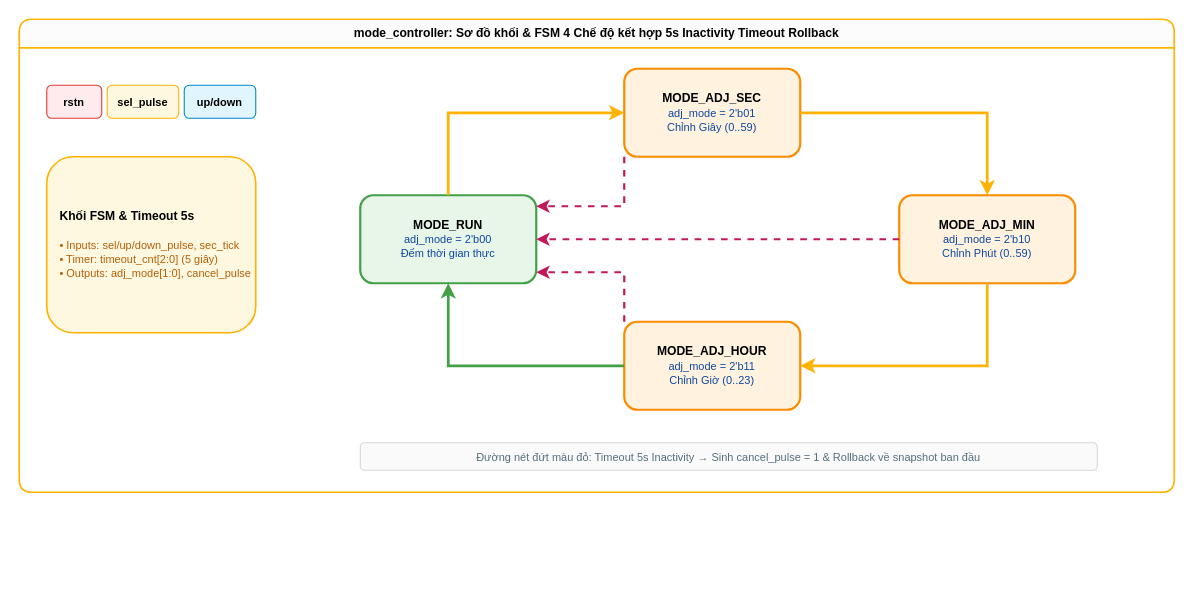
ngobinh1/Digital_Clock keeps this draw.io diagram as docs/diag_3_3_mode_controller.drawio. Above is the earlier version. Source tidied: cells renumbered, new cells numbered last; positions are measured from the earlier drawing's top-left corner, leaving out a move shared by most shapes. Both pictures are drawn from the tidied source at 110%, with x=0, y=0 at pixel (19, 19).
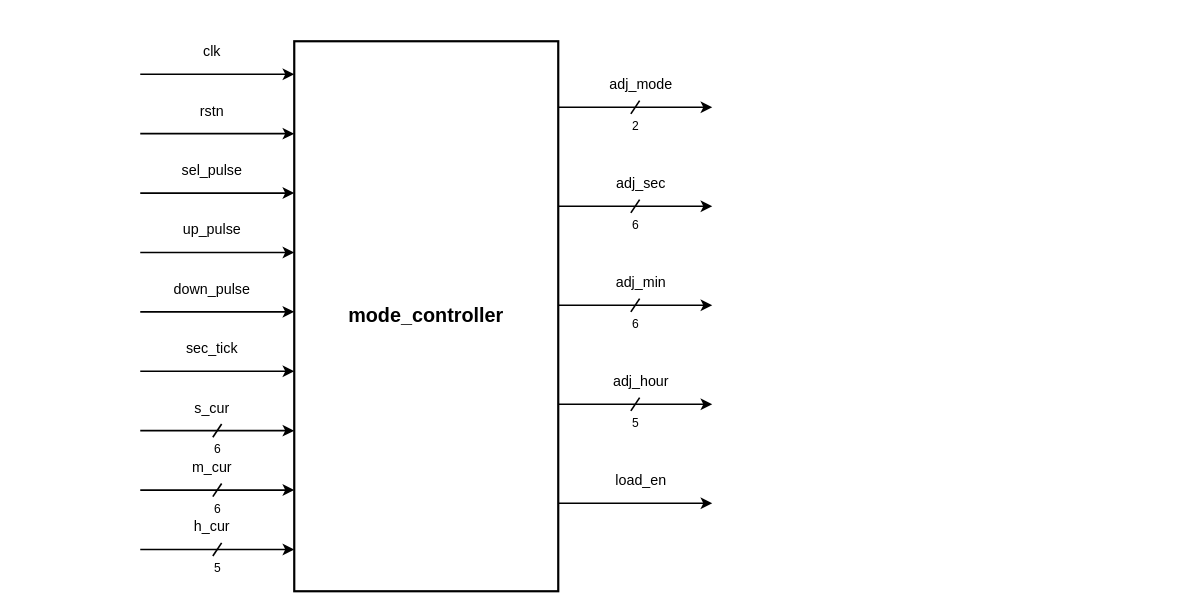
After the change.

What changed in the source:
```diff
@@
-    <mxCell id="2" value="&lt;b&gt;mode_controller: Sơ đồ khối &amp;amp; FSM 4 Chế độ kết hợp 5s Inactivity Timeout Rollback&lt;/b&gt;" style="swimlane;whiteSpace=wrap;html=1;fillColor=#fcfcfc;strokeColor=#ffb300;strokeWidth=1.5;startSize=26;fontFamily=Helvetica;fontSize=11;rounded=1;" parent="1" vertex="1">
-      <mxGeometry width="1050" height="430" as="geometry" />
-    </mxCell>
-    <mxCell id="3" value="&lt;b&gt;Khối FSM &amp;amp; Timeout 5s&lt;/b&gt;&lt;br&gt;&lt;br&gt;&lt;font color='#b45f06' style='font-size:10px;'&gt;• Inputs: sel/up/down_pulse, sec_tick&lt;br&gt;• Timer: timeout_cnt[2:0] (5 giây)&lt;br&gt;• Outputs: adj_mode[1:0], cancel_pulse&lt;/font&gt;" style="rounded=1;whiteSpace=wrap;html=1;fillColor=#fff8e1;strokeColor=#ffb300;strokeWidth=1.5;align=left;spacingLeft=10;fontSize=11;" parent="2" vertex="1">
-      <mxGeometry x="25" y="125" width="190" height="160" as="geometry" />
-    </mxCell>
+    <mxCell id="19" value="mode_controller" style="rounded=0;whiteSpace=wrap;html=1;fillColor=#ffffff;strokeColor=#000000;strokeWidth=2;fontFamily=Helvetica;fontSize=18;fontStyle=1;fontColor=#000000;align=center;verticalAlign=middle;" parent="1" vertex="1">
+      <mxGeometry x="250" y="20" width="240" height="500" as="geometry" />
+    </mxCell>
+    <mxCell id="20" value="clk" style="text;html=1;align=center;verticalAlign=bottom;fontSize=13;fontFamily=Helvetica;fontColor=#000000;" parent="1" vertex="1">
+      <mxGeometry x="110" y="20" width="130" height="20" as="geometry" />
+    </mxCell>
+    <mxCell id="21" style="edgeStyle=orthogonalEdgeStyle;rounded=0;orthogonalLoop=1;jettySize=auto;html=1;strokeColor=#000000;strokeWidth=1.5;endArrow=classic;endFill=1;" parent="1" edge="1">
+      <mxGeometry relative="1" as="geometry">
+        <mxPoint x="110" y="50" as="sourcePoint" />
+        <mxPoint x="250" y="50" as="targetPoint" />
+      </mxGeometry>
+    </mxCell>
-    <mxCell id="4" value="&lt;b&gt;rstn&lt;/b&gt;" style="rounded=1;whiteSpace=wrap;html=1;fillColor=#ffebee;strokeColor=#e53935;fontSize=10;" parent="2" vertex="1">
-      <mxGeometry x="25" y="60" width="50" height="30" as="geometry" />
+    <mxCell id="4" value="rstn" style="text;html=1;align=center;verticalAlign=bottom;fontSize=13;fontFamily=Helvetica;fontColor=#000000;" parent="1" vertex="1">
+      <mxGeometry x="110" y="74" width="130" height="20" as="geometry" />
     </mxCell>
+    <mxCell id="22" style="edgeStyle=orthogonalEdgeStyle;rounded=0;orthogonalLoop=1;jettySize=auto;html=1;strokeColor=#000000;strokeWidth=1.5;endArrow=classic;endFill=1;" parent="1" edge="1">
+      <mxGeometry relative="1" as="geometry">
+        <mxPoint x="110" y="104" as="sourcePoint" />
+        <mxPoint x="250" y="104" as="targetPoint" />
+      </mxGeometry>
+    </mxCell>
-    <mxCell id="5" value="&lt;b&gt;sel_pulse&lt;/b&gt;" style="rounded=1;whiteSpace=wrap;html=1;fillColor=#fff8e1;strokeColor=#ffb300;fontSize=10;" parent="2" vertex="1">
-      <mxGeometry x="80" y="60" width="65" height="30" as="geometry" />
+    <mxCell id="5" value="sel_pulse" style="text;html=1;align=center;verticalAlign=bottom;fontSize=13;fontFamily=Helvetica;fontColor=#000000;" parent="1" vertex="1">
+      <mxGeometry x="110" y="128" width="130" height="20" as="geometry" />
     </mxCell>
-    <mxCell id="6" value="&lt;b&gt;up/down&lt;/b&gt;" style="rounded=1;whiteSpace=wrap;html=1;fillColor=#e1f5fe;strokeColor=#0288d1;fontSize=10;" parent="2" vertex="1">
-      <mxGeometry x="150" y="60" width="65" height="30" as="geometry" />
-    </mxCell>
-    <mxCell id="7" value="&lt;b&gt;MODE_RUN&lt;/b&gt;&lt;br&gt;&lt;font color='#0d47a1' style='font-size:10px;'&gt;adj_mode = 2'b00&lt;br&gt;Đếm thời gian thực&lt;/font&gt;" style="rounded=1;whiteSpace=wrap;html=1;fillColor=#e8f5e9;strokeColor=#43a047;strokeWidth=2;fontSize=11;" parent="2" vertex="1">
-      <mxGeometry x="310" y="160" width="160" height="80" as="geometry" />
-    </mxCell>
-    <mxCell id="8" value="&lt;b&gt;MODE_ADJ_SEC&lt;/b&gt;&lt;br&gt;&lt;font color='#0d47a1' style='font-size:10px;'&gt;adj_mode = 2'b01&lt;br&gt;Chỉnh Giây (0..59)&lt;/font&gt;" style="rounded=1;whiteSpace=wrap;html=1;fillColor=#fff3e0;strokeColor=#fb8c00;strokeWidth=2;fontSize=11;" parent="2" vertex="1">
-      <mxGeometry x="550" y="45" width="160" height="80" as="geometry" />
-    </mxCell>
-    <mxCell id="9" value="&lt;b&gt;MODE_ADJ_MIN&lt;/b&gt;&lt;br&gt;&lt;font color='#0d47a1' style='font-size:10px;'&gt;adj_mode = 2'b10&lt;br&gt;Chỉnh Phút (0..59)&lt;/font&gt;" style="rounded=1;whiteSpace=wrap;html=1;fillColor=#fff3e0;strokeColor=#fb8c00;strokeWidth=2;fontSize=11;" parent="2" vertex="1">
-      <mxGeometry x="800" y="160" width="160" height="80" as="geometry" />
-    </mxCell>
-    <mxCell id="10" value="&lt;b&gt;MODE_ADJ_HOUR&lt;/b&gt;&lt;br&gt;&lt;font color='#0d47a1' style='font-size:10px;'&gt;adj_mode = 2'b11&lt;br&gt;Chỉnh Giờ (0..23)&lt;/font&gt;" style="rounded=1;whiteSpace=wrap;html=1;fillColor=#fff3e0;strokeColor=#fb8c00;strokeWidth=2;fontSize=11;" parent="2" vertex="1">
-      <mxGeometry x="550" y="275" width="160" height="80" as="geometry" />
-    </mxCell>
-    <mxCell id="11" style="edgeStyle=orthogonalEdgeStyle;rounded=0;html=1;strokeColor=#ffb300;strokeWidth=2.5;" parent="2" edge="1" source="7" target="8">
-      <mxGeometry relative="1" as="geometry">
-        <Array as="points">
-          <mxPoint x="390" y="85" />
-        </Array>
-      </mxGeometry>
-    </mxCell>
-    <mxCell id="12" style="edgeStyle=orthogonalEdgeStyle;rounded=0;html=1;strokeColor=#ffb300;strokeWidth=2.5;" parent="2" edge="1" source="8" target="9">
-      <mxGeometry relative="1" as="geometry">
-        <Array as="points">
-          <mxPoint x="880" y="85" />
-        </Array>
-      </mxGeometry>
-    </mxCell>
-    <mxCell id="13" style="edgeStyle=orthogonalEdgeStyle;rounded=0;html=1;strokeColor=#ffb300;strokeWidth=2.5;" parent="2" edge="1" source="9" target="10">
-      <mxGeometry relative="1" as="geometry">
-        <Array as="points">
-          <mxPoint x="880" y="315" />
-        </Array>
-      </mxGeometry>
-    </mxCell>
-    <mxCell id="14" style="edgeStyle=orthogonalEdgeStyle;rounded=0;html=1;strokeColor=#43a047;strokeWidth=2.5;" parent="2" edge="1" source="10" target="7">
-      <mxGeometry relative="1" as="geometry">
-        <Array as="points">
-          <mxPoint x="390" y="315" />
-        </Array>
-      </mxGeometry>
-    </mxCell>
-    <mxCell id="15" style="edgeStyle=orthogonalEdgeStyle;rounded=0;html=1;strokeColor=#c2185b;strokeWidth=2;dashed=1;" parent="2" edge="1" source="8" target="7">
-      <mxGeometry relative="1" as="geometry">
-        <Array as="points">
-          <mxPoint x="550" y="170" />
-          <mxPoint x="470" y="170" />
-        </Array>
-      </mxGeometry>
-    </mxCell>
-    <mxCell id="16" style="edgeStyle=orthogonalEdgeStyle;rounded=0;html=1;strokeColor=#c2185b;strokeWidth=2;dashed=1;" parent="2" edge="1" source="9" target="7">
-      <mxGeometry relative="1" as="geometry">
-        <Array as="points">
-          <mxPoint x="800" y="200" />
-          <mxPoint x="470" y="200" />
-        </Array>
-      </mxGeometry>
-    </mxCell>
-    <mxCell id="17" style="edgeStyle=orthogonalEdgeStyle;rounded=0;html=1;strokeColor=#c2185b;strokeWidth=2;dashed=1;" parent="2" edge="1" source="10" target="7">
-      <mxGeometry relative="1" as="geometry">
-        <Array as="points">
-          <mxPoint x="550" y="230" />
-          <mxPoint x="470" y="230" />
-        </Array>
-      </mxGeometry>
-    </mxCell>
-    <mxCell id="18" value="Đường nét đứt màu đỏ: Timeout 5s Inactivity → Sinh cancel_pulse = 1 &amp;amp; Rollback về snapshot ban đầu" style="rounded=1;whiteSpace=wrap;html=1;fillColor=#fafafa;strokeColor=#cfd8dc;fontColor=#546e7a;fontSize=10;" parent="2" vertex="1">
-      <mxGeometry x="310" y="385" width="670" height="25" as="geometry" />
-    </mxCell>
+    <mxCell id="23" style="edgeStyle=orthogonalEdgeStyle;rounded=0;orthogonalLoop=1;jettySize=auto;html=1;strokeColor=#000000;strokeWidth=1.5;endArrow=classic;endFill=1;" parent="1" edge="1">
+      <mxGeometry relative="1" as="geometry">
+        <mxPoint x="110" y="158" as="sourcePoint" />
+        <mxPoint x="250" y="158" as="targetPoint" />
+      </mxGeometry>
+    </mxCell>
+    <mxCell id="24" value="up_pulse" style="text;html=1;align=center;verticalAlign=bottom;fontSize=13;fontFamily=Helvetica;fontColor=#000000;" parent="1" vertex="1">
+      <mxGeometry x="110" y="182" width="130" height="20" as="geometry" />
+    </mxCell>
+    <mxCell id="25" style="edgeStyle=orthogonalEdgeStyle;rounded=0;orthogonalLoop=1;jettySize=auto;html=1;strokeColor=#000000;strokeWidth=1.5;endArrow=classic;endFill=1;" parent="1" edge="1">
+      <mxGeometry relative="1" as="geometry">
+        <mxPoint x="110" y="212" as="sourcePoint" />
+        <mxPoint x="250" y="212" as="targetPoint" />
+      </mxGeometry>
+    </mxCell>
+    <mxCell id="26" value="down_pulse" style="text;html=1;align=center;verticalAlign=bottom;fontSize=13;fontFamily=Helvetica;fontColor=#000000;" parent="1" vertex="1">
+      <mxGeometry x="110" y="236" width="130" height="20" as="geometry" />
+    </mxCell>
+    <mxCell id="27" style="edgeStyle=orthogonalEdgeStyle;rounded=0;orthogonalLoop=1;jettySize=auto;html=1;strokeColor=#000000;strokeWidth=1.5;endArrow=classic;endFill=1;" parent="1" edge="1">
+      <mxGeometry relative="1" as="geometry">
+        <mxPoint x="110" y="266" as="sourcePoint" />
+        <mxPoint x="250" y="266" as="targetPoint" />
+      </mxGeometry>
+    </mxCell>
+    <mxCell id="28" value="sec_tick" style="text;html=1;align=center;verticalAlign=bottom;fontSize=13;fontFamily=Helvetica;fontColor=#000000;" parent="1" vertex="1">
+      <mxGeometry x="110" y="290" width="130" height="20" as="geometry" />
+    </mxCell>
+    <mxCell id="29" style="edgeStyle=orthogonalEdgeStyle;rounded=0;orthogonalLoop=1;jettySize=auto;html=1;strokeColor=#000000;strokeWidth=1.5;endArrow=classic;endFill=1;" parent="1" edge="1">
+      <mxGeometry relative="1" as="geometry">
+        <mxPoint x="110" y="320" as="sourcePoint" />
+        <mxPoint x="250" y="320" as="targetPoint" />
+      </mxGeometry>
+    </mxCell>
+    <mxCell id="30" value="s_cur" style="text;html=1;align=center;verticalAlign=bottom;fontSize=13;fontFamily=Helvetica;fontColor=#000000;" parent="1" vertex="1">
+      <mxGeometry x="110" y="344" width="130" height="20" as="geometry" />
+    </mxCell>
+    <mxCell id="31" style="edgeStyle=orthogonalEdgeStyle;rounded=0;orthogonalLoop=1;jettySize=auto;html=1;strokeColor=#000000;strokeWidth=1.5;endArrow=classic;endFill=1;" parent="1" edge="1">
+      <mxGeometry relative="1" as="geometry">
+        <mxPoint x="110" y="374" as="sourcePoint" />
+        <mxPoint x="250" y="374" as="targetPoint" />
+      </mxGeometry>
+    </mxCell>
+    <mxCell id="32" style="endArrow=none;html=1;strokeColor=#000000;strokeWidth=1.5;" parent="1" edge="1">
+      <mxGeometry relative="1" as="geometry">
+        <mxPoint x="176" y="380" as="sourcePoint" />
+        <mxPoint x="184" y="368" as="targetPoint" />
+      </mxGeometry>
+    </mxCell>
+    <mxCell id="33" value="6" style="text;html=1;align=center;verticalAlign=top;fontSize=11;fontFamily=Helvetica;fontColor=#000000;" parent="1" vertex="1">
+      <mxGeometry x="170" y="378" width="20" height="16" as="geometry" />
+    </mxCell>
+    <mxCell id="34" value="m_cur" style="text;html=1;align=center;verticalAlign=bottom;fontSize=13;fontFamily=Helvetica;fontColor=#000000;" parent="1" vertex="1">
+      <mxGeometry x="110" y="398" width="130" height="20" as="geometry" />
+    </mxCell>
+    <mxCell id="35" style="edgeStyle=orthogonalEdgeStyle;rounded=0;orthogonalLoop=1;jettySize=auto;html=1;strokeColor=#000000;strokeWidth=1.5;endArrow=classic;endFill=1;" parent="1" edge="1">
+      <mxGeometry relative="1" as="geometry">
+        <mxPoint x="110" y="428" as="sourcePoint" />
+        <mxPoint x="250" y="428" as="targetPoint" />
+      </mxGeometry>
+    </mxCell>
+    <mxCell id="36" style="endArrow=none;html=1;strokeColor=#000000;strokeWidth=1.5;" parent="1" edge="1">
+      <mxGeometry relative="1" as="geometry">
+        <mxPoint x="176" y="434" as="sourcePoint" />
+        <mxPoint x="184" y="422" as="targetPoint" />
+      </mxGeometry>
+    </mxCell>
+    <mxCell id="37" value="6" style="text;html=1;align=center;verticalAlign=top;fontSize=11;fontFamily=Helvetica;fontColor=#000000;" parent="1" vertex="1">
+      <mxGeometry x="170" y="432" width="20" height="16" as="geometry" />
+    </mxCell>
+    <mxCell id="38" value="h_cur" style="text;html=1;align=center;verticalAlign=bottom;fontSize=13;fontFamily=Helvetica;fontColor=#000000;" parent="1" vertex="1">
+      <mxGeometry x="110" y="452" width="130" height="20" as="geometry" />
+    </mxCell>
+    <mxCell id="39" style="edgeStyle=orthogonalEdgeStyle;rounded=0;orthogonalLoop=1;jettySize=auto;html=1;strokeColor=#000000;strokeWidth=1.5;endArrow=classic;endFill=1;" parent="1" edge="1">
+      <mxGeometry relative="1" as="geometry">
+        <mxPoint x="110" y="482" as="sourcePoint" />
+        <mxPoint x="250" y="482" as="targetPoint" />
+      </mxGeometry>
+    </mxCell>
+    <mxCell id="40" style="endArrow=none;html=1;strokeColor=#000000;strokeWidth=1.5;" parent="1" edge="1">
+      <mxGeometry relative="1" as="geometry">
+        <mxPoint x="176" y="488" as="sourcePoint" />
+        <mxPoint x="184" y="476" as="targetPoint" />
+      </mxGeometry>
+    </mxCell>
+    <mxCell id="41" value="5" style="text;html=1;align=center;verticalAlign=top;fontSize=11;fontFamily=Helvetica;fontColor=#000000;" parent="1" vertex="1">
+      <mxGeometry x="170" y="486" width="20" height="16" as="geometry" />
+    </mxCell>
+    <mxCell id="42" value="adj_mode" style="text;html=1;align=center;verticalAlign=bottom;fontSize=13;fontFamily=Helvetica;fontColor=#000000;" parent="1" vertex="1">
+      <mxGeometry x="500" y="50" width="130" height="20" as="geometry" />
+    </mxCell>
+    <mxCell id="43" style="edgeStyle=orthogonalEdgeStyle;rounded=0;orthogonalLoop=1;jettySize=auto;html=1;strokeColor=#000000;strokeWidth=1.5;endArrow=classic;endFill=1;" parent="1" edge="1">
+      <mxGeometry relative="1" as="geometry">
+        <mxPoint x="490" y="80" as="sourcePoint" />
+        <mxPoint x="630" y="80" as="targetPoint" />
+      </mxGeometry>
+    </mxCell>
+    <mxCell id="44" style="endArrow=none;html=1;strokeColor=#000000;strokeWidth=1.5;" parent="1" edge="1">
+      <mxGeometry relative="1" as="geometry">
+        <mxPoint x="556" y="86" as="sourcePoint" />
+        <mxPoint x="564" y="74" as="targetPoint" />
+      </mxGeometry>
+    </mxCell>
+    <mxCell id="45" value="2" style="text;html=1;align=center;verticalAlign=top;fontSize=11;fontFamily=Helvetica;fontColor=#000000;" parent="1" vertex="1">
+      <mxGeometry x="550" y="84" width="20" height="16" as="geometry" />
+    </mxCell>
+    <mxCell id="46" value="adj_sec" style="text;html=1;align=center;verticalAlign=bottom;fontSize=13;fontFamily=Helvetica;fontColor=#000000;" parent="1" vertex="1">
+      <mxGeometry x="500" y="140" width="130" height="20" as="geometry" />
+    </mxCell>
+    <mxCell id="47" style="edgeStyle=orthogonalEdgeStyle;rounded=0;orthogonalLoop=1;jettySize=auto;html=1;strokeColor=#000000;strokeWidth=1.5;endArrow=classic;endFill=1;" parent="1" edge="1">
+      <mxGeometry relative="1" as="geometry">
+        <mxPoint x="490" y="170" as="sourcePoint" />
+        <mxPoint x="630" y="170" as="targetPoint" />
+      </mxGeometry>
+    </mxCell>
+    <mxCell id="48" style="endArrow=none;html=1;strokeColor=#000000;strokeWidth=1.5;" parent="1" edge="1">
+      <mxGeometry relative="1" as="geometry">
+        <mxPoint x="556" y="176" as="sourcePoint" />
+        <mxPoint x="564" y="164" as="targetPoint" />
+      </mxGeometry>
+    </mxCell>
+    <mxCell id="49" value="6" style="text;html=1;align=center;verticalAlign=top;fontSize=11;fontFamily=Helvetica;fontColor=#000000;" parent="1" vertex="1">
+      <mxGeometry x="550" y="174" width="20" height="16" as="geometry" />
+    </mxCell>
+    <mxCell id="50" value="adj_min" style="text;html=1;align=center;verticalAlign=bottom;fontSize=13;fontFamily=Helvetica;fontColor=#000000;" parent="1" vertex="1">
+      <mxGeometry x="500" y="230" width="130" height="20" as="geometry" />
+    </mxCell>
+    <mxCell id="51" style="edgeStyle=orthogonalEdgeStyle;rounded=0;orthogonalLoop=1;jettySize=auto;html=1;strokeColor=#000000;strokeWidth=1.5;endArrow=classic;endFill=1;" parent="1" edge="1">
+      <mxGeometry relative="1" as="geometry">
+        <mxPoint x="490" y="260" as="sourcePoint" />
+        <mxPoint x="630" y="260" as="targetPoint" />
+      </mxGeometry>
+    </mxCell>
+    <mxCell id="52" style="endArrow=none;html=1;strokeColor=#000000;strokeWidth=1.5;" parent="1" edge="1">
+      <mxGeometry relative="1" as="geometry">
+        <mxPoint x="556" y="266" as="sourcePoint" />
+        <mxPoint x="564" y="254" as="targetPoint" />
+      </mxGeometry>
+    </mxCell>
+    <mxCell id="53" value="6" style="text;html=1;align=center;verticalAlign=top;fontSize=11;fontFamily=Helvetica;fontColor=#000000;" parent="1" vertex="1">
+      <mxGeometry x="550" y="264" width="20" height="16" as="geometry" />
+    </mxCell>
+    <mxCell id="54" value="adj_hour" style="text;html=1;align=center;verticalAlign=bottom;fontSize=13;fontFamily=Helvetica;fontColor=#000000;" parent="1" vertex="1">
+      <mxGeometry x="500" y="320" width="130" height="20" as="geometry" />
+    </mxCell>
+    <mxCell id="55" style="edgeStyle=orthogonalEdgeStyle;rounded=0;orthogonalLoop=1;jettySize=auto;html=1;strokeColor=#000000;strokeWidth=1.5;endArrow=classic;endFill=1;" parent="1" edge="1">
+      <mxGeometry relative="1" as="geometry">
+        <mxPoint x="490" y="350" as="sourcePoint" />
+        <mxPoint x="630" y="350" as="targetPoint" />
+      </mxGeometry>
+    </mxCell>
+    <mxCell id="56" style="endArrow=none;html=1;strokeColor=#000000;strokeWidth=1.5;" parent="1" edge="1">
+      <mxGeometry relative="1" as="geometry">
+        <mxPoint x="556" y="356" as="sourcePoint" />
+        <mxPoint x="564" y="344" as="targetPoint" />
+      </mxGeometry>
+    </mxCell>
+    <mxCell id="57" value="5" style="text;html=1;align=center;verticalAlign=top;fontSize=11;fontFamily=Helvetica;fontColor=#000000;" parent="1" vertex="1">
+      <mxGeometry x="550" y="354" width="20" height="16" as="geometry" />
+    </mxCell>
+    <mxCell id="58" value="load_en" style="text;html=1;align=center;verticalAlign=bottom;fontSize=13;fontFamily=Helvetica;fontColor=#000000;" parent="1" vertex="1">
+      <mxGeometry x="500" y="410" width="130" height="20" as="geometry" />
+    </mxCell>
+    <mxCell id="59" style="edgeStyle=orthogonalEdgeStyle;rounded=0;orthogonalLoop=1;jettySize=auto;html=1;strokeColor=#000000;strokeWidth=1.5;endArrow=classic;endFill=1;" parent="1" edge="1">
+      <mxGeometry relative="1" as="geometry">
+        <mxPoint x="490" y="440" as="sourcePoint" />
+        <mxPoint x="630" y="440" as="targetPoint" />
+      </mxGeometry>
+    </mxCell>
```
